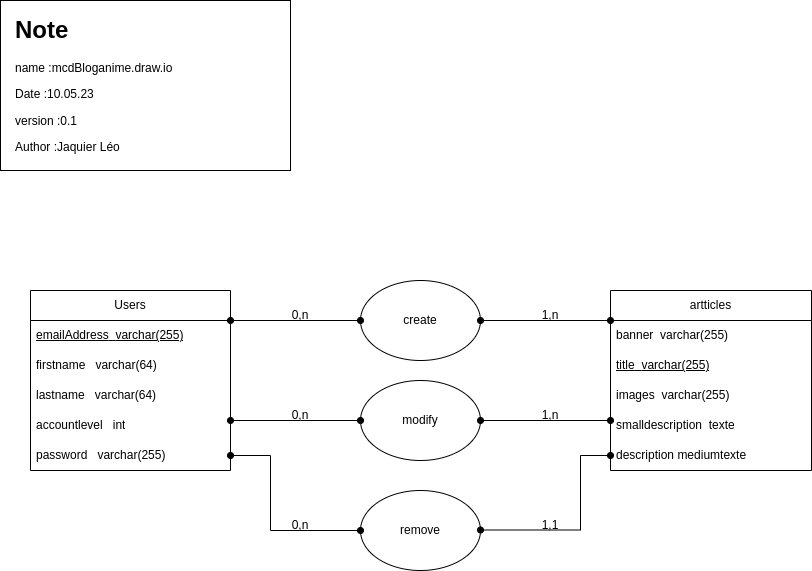
CPNV-PROJWEB-BDD/BlogAnime keeps this draw.io diagram as mcdBloganime.png. Above is the earlier version. Source tidied: cells renumbered, new cells last; positions are measured from the earlier drawing's top-left corner, leaving out a move shared by most shapes.
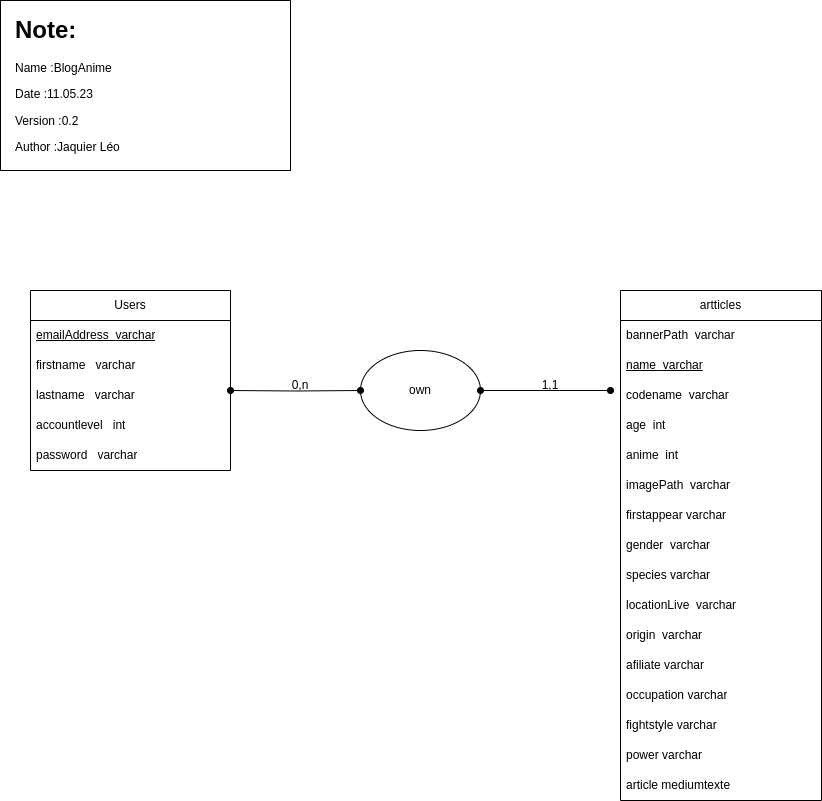
Above is the later version.

The edit, as a diff of the source:
```diff
@@ -5,150 +5,109 @@
     <mxCell id="2" value="Users" style="swimlane;fontStyle=0;horizontal=1;startSize=30;whiteSpace=wrap;html=1;rounded=0;" parent="1" vertex="1">
       <mxGeometry x="30" y="290" width="200" height="180" as="geometry" />
     </mxCell>
-    <mxCell id="3" value="&lt;u&gt;emailAddress&lt;span style=&quot;white-space: pre;&quot;&gt; &lt;/span&gt;&lt;span style=&quot;white-space: pre;&quot;&gt; &lt;/span&gt;varchar(255)&lt;/u&gt;" style="text;strokeColor=none;fillColor=none;align=left;verticalAlign=middle;spacingLeft=4;spacingRight=4;overflow=hidden;whiteSpace=wrap;html=1;rounded=0;" parent="2" vertex="1">
+    <mxCell id="3" value="&lt;u&gt;emailAddress&lt;span style=&quot;white-space: pre;&quot;&gt; &lt;/span&gt;&lt;span style=&quot;white-space: pre;&quot;&gt; &lt;/span&gt;varchar&lt;br&gt;&lt;/u&gt;" style="text;strokeColor=none;fillColor=none;align=left;verticalAlign=middle;spacingLeft=4;spacingRight=4;overflow=hidden;whiteSpace=wrap;html=1;rounded=0;" parent="2" vertex="1">
       <mxGeometry y="30" width="200" height="30" as="geometry" />
     </mxCell>
-    <mxCell id="4" value="firstname&lt;span style=&quot;white-space: pre;&quot;&gt; &lt;/span&gt;&lt;span style=&quot;white-space: pre;&quot;&gt; &lt;span style=&quot;white-space: pre;&quot;&gt; &lt;/span&gt;v&lt;/span&gt;archar(64)" style="text;strokeColor=none;fillColor=none;align=left;verticalAlign=middle;spacingLeft=4;spacingRight=4;overflow=hidden;whiteSpace=wrap;html=1;rounded=0;" parent="2" vertex="1">
+    <mxCell id="4" value="firstname&lt;span style=&quot;white-space: pre;&quot;&gt; &lt;/span&gt;&lt;span style=&quot;white-space: pre;&quot;&gt; &lt;span style=&quot;white-space: pre;&quot;&gt; &lt;/span&gt;v&lt;/span&gt;archar" style="text;strokeColor=none;fillColor=none;align=left;verticalAlign=middle;spacingLeft=4;spacingRight=4;overflow=hidden;whiteSpace=wrap;html=1;rounded=0;" parent="2" vertex="1">
       <mxGeometry y="60" width="200" height="30" as="geometry" />
     </mxCell>
-    <mxCell id="5" value="lastname&lt;span style=&quot;white-space: pre;&quot;&gt; &lt;/span&gt;&lt;span style=&quot;white-space: pre;&quot;&gt; &lt;/span&gt;&lt;span style=&quot;white-space: pre;&quot;&gt; &lt;/span&gt;varchar(64)" style="text;strokeColor=none;fillColor=none;align=left;verticalAlign=middle;spacingLeft=4;spacingRight=4;overflow=hidden;whiteSpace=wrap;html=1;rounded=0;" parent="2" vertex="1">
+    <mxCell id="5" value="lastname&lt;span style=&quot;white-space: pre;&quot;&gt; &lt;/span&gt;&lt;span style=&quot;white-space: pre;&quot;&gt; &lt;/span&gt;&lt;span style=&quot;white-space: pre;&quot;&gt; &lt;/span&gt;varchar" style="text;strokeColor=none;fillColor=none;align=left;verticalAlign=middle;spacingLeft=4;spacingRight=4;overflow=hidden;whiteSpace=wrap;html=1;rounded=0;" parent="2" vertex="1">
       <mxGeometry y="90" width="200" height="30" as="geometry" />
     </mxCell>
     <mxCell id="6" value="accountlevel&lt;span style=&quot;white-space: pre;&quot;&gt; &lt;/span&gt;&lt;span style=&quot;white-space: pre;&quot;&gt; &lt;/span&gt;&lt;span style=&quot;white-space: pre;&quot;&gt; int&lt;br/&gt;&lt;/span&gt;" style="text;strokeColor=none;fillColor=none;align=left;verticalAlign=middle;spacingLeft=4;spacingRight=4;overflow=hidden;whiteSpace=wrap;html=1;rounded=0;" parent="2" vertex="1">
       <mxGeometry y="120" width="200" height="30" as="geometry" />
     </mxCell>
-    <mxCell id="7" value="password&lt;span style=&quot;white-space: pre;&quot;&gt; &lt;/span&gt;&lt;span style=&quot;white-space: pre;&quot;&gt; &lt;/span&gt;&lt;span style=&quot;white-space: pre;&quot;&gt; &lt;/span&gt;varchar(255)" style="text;strokeColor=none;fillColor=none;align=left;verticalAlign=middle;spacingLeft=4;spacingRight=4;overflow=hidden;points=[[0,0.5],[1,0.5]];portConstraint=eastwest;whiteSpace=wrap;html=1;rounded=0;" parent="2" vertex="1">
+    <mxCell id="7" value="password&lt;span style=&quot;white-space: pre;&quot;&gt; &lt;/span&gt;&lt;span style=&quot;white-space: pre;&quot;&gt; &lt;/span&gt;&lt;span style=&quot;white-space: pre;&quot;&gt; &lt;/span&gt;varchar" style="text;strokeColor=none;fillColor=none;align=left;verticalAlign=middle;spacingLeft=4;spacingRight=4;overflow=hidden;points=[[0,0.5],[1,0.5]];portConstraint=eastwest;whiteSpace=wrap;html=1;rounded=0;" parent="2" vertex="1">
       <mxGeometry y="150" width="200" height="30" as="geometry" />
     </mxCell>
     <mxCell id="8" value="artticles" style="swimlane;fontStyle=0;horizontal=1;startSize=30;whiteSpace=wrap;html=1;rounded=0;" parent="1" vertex="1">
-      <mxGeometry x="610" y="290" width="201" height="180" as="geometry" />
+      <mxGeometry x="620" y="290" width="201" height="510" as="geometry" />
     </mxCell>
-    <mxCell id="9" value="banner&lt;span style=&quot;white-space: pre;&quot;&gt; &lt;/span&gt;&lt;span style=&quot;white-space: pre;&quot;&gt; &lt;/span&gt;varchar(255)" style="text;strokeColor=none;fillColor=none;align=left;verticalAlign=middle;spacingLeft=4;spacingRight=4;overflow=hidden;whiteSpace=wrap;html=1;rounded=0;" parent="8" vertex="1">
+    <mxCell id="9" value="bannerPath&lt;span style=&quot;white-space: pre;&quot;&gt; &lt;/span&gt;&lt;span style=&quot;white-space: pre;&quot;&gt; &lt;/span&gt;varchar" style="text;strokeColor=none;fillColor=none;align=left;verticalAlign=middle;spacingLeft=4;spacingRight=4;overflow=hidden;whiteSpace=wrap;html=1;rounded=0;" parent="8" vertex="1">
       <mxGeometry y="30" width="201" height="30" as="geometry" />
     </mxCell>
-    <mxCell id="10" value="&lt;u&gt;title&lt;span style=&quot;white-space: pre;&quot;&gt; &lt;/span&gt;&lt;span style=&quot;white-space: pre;&quot;&gt; &lt;/span&gt;varchar(255)&lt;/u&gt;" style="text;strokeColor=none;fillColor=none;align=left;verticalAlign=middle;spacingLeft=4;spacingRight=4;overflow=hidden;whiteSpace=wrap;html=1;fontStyle=0;rounded=0;" parent="8" vertex="1">
+    <mxCell id="10" value="&lt;u&gt;name&lt;span style=&quot;white-space: pre;&quot;&gt; &lt;/span&gt;&lt;span style=&quot;white-space: pre;&quot;&gt; &lt;/span&gt;varchar&lt;/u&gt;" style="text;strokeColor=none;fillColor=none;align=left;verticalAlign=middle;spacingLeft=4;spacingRight=4;overflow=hidden;whiteSpace=wrap;html=1;fontStyle=0;rounded=0;" parent="8" vertex="1">
       <mxGeometry y="60" width="201" height="30" as="geometry" />
     </mxCell>
-    <mxCell id="11" value="images&lt;span style=&quot;white-space: pre;&quot;&gt; &lt;/span&gt;&lt;span style=&quot;white-space: pre;&quot;&gt; &lt;/span&gt;varchar(255)" style="text;strokeColor=none;fillColor=none;align=left;verticalAlign=middle;spacingLeft=4;spacingRight=4;overflow=hidden;whiteSpace=wrap;html=1;rounded=0;" parent="8" vertex="1">
+    <mxCell id="11" value="codename&lt;span style=&quot;white-space: pre;&quot;&gt; &lt;/span&gt;&lt;span style=&quot;white-space: pre;&quot;&gt; &lt;/span&gt;varchar" style="text;strokeColor=none;fillColor=none;align=left;verticalAlign=middle;spacingLeft=4;spacingRight=4;overflow=hidden;whiteSpace=wrap;html=1;rounded=0;" parent="8" vertex="1">
       <mxGeometry y="90" width="201" height="30" as="geometry" />
     </mxCell>
-    <mxCell id="12" value="smalldescription&amp;nbsp;&lt;span style=&quot;white-space: pre;&quot;&gt; &lt;/span&gt;texte" style="text;strokeColor=none;fillColor=none;align=left;verticalAlign=middle;spacingLeft=4;spacingRight=4;overflow=hidden;whiteSpace=wrap;html=1;rounded=0;" parent="8" vertex="1">
-      <mxGeometry y="120" width="201" height="30" as="geometry" />
-    </mxCell>
+    <mxCell id="43" value="age&lt;span style=&quot;white-space: pre;&quot;&gt; &lt;/span&gt;&lt;span style=&quot;white-space: pre;&quot;&gt; int&lt;/span&gt;" style="text;strokeColor=none;fillColor=none;align=left;verticalAlign=middle;spacingLeft=4;spacingRight=4;overflow=hidden;whiteSpace=wrap;html=1;rounded=0;" parent="8" vertex="1">
+      <mxGeometry y="120" width="201" height="30" as="geometry" />
+    </mxCell>
+    <mxCell id="44" value="anime&lt;span style=&quot;white-space: pre;&quot;&gt; &lt;/span&gt;&lt;span style=&quot;white-space: pre;&quot;&gt; int&lt;/span&gt;" style="text;strokeColor=none;fillColor=none;align=left;verticalAlign=middle;spacingLeft=4;spacingRight=4;overflow=hidden;whiteSpace=wrap;html=1;rounded=0;" parent="8" vertex="1">
+      <mxGeometry y="150" width="201" height="30" as="geometry" />
+    </mxCell>
+    <mxCell id="45" value="imagePath&lt;span style=&quot;white-space: pre;&quot;&gt; &lt;/span&gt;&lt;span style=&quot;white-space: pre;&quot;&gt; &lt;/span&gt;varchar" style="text;strokeColor=none;fillColor=none;align=left;verticalAlign=middle;spacingLeft=4;spacingRight=4;overflow=hidden;whiteSpace=wrap;html=1;rounded=0;" parent="8" vertex="1">
+      <mxGeometry y="180" width="201" height="30" as="geometry" />
+    </mxCell>
+    <mxCell id="46" value="firstappear&lt;span style=&quot;background-color: initial;&quot;&gt;&amp;nbsp;varchar&lt;/span&gt;" style="text;strokeColor=none;fillColor=none;align=left;verticalAlign=middle;spacingLeft=4;spacingRight=4;overflow=hidden;whiteSpace=wrap;html=1;rounded=0;" parent="8" vertex="1">
+      <mxGeometry y="210" width="201" height="30" as="geometry" />
+    </mxCell>
+    <mxCell id="47" value="gender&lt;span style=&quot;white-space: pre;&quot;&gt; &lt;/span&gt;&lt;span style=&quot;white-space: pre;&quot;&gt; varchar&lt;/span&gt;" style="text;strokeColor=none;fillColor=none;align=left;verticalAlign=middle;spacingLeft=4;spacingRight=4;overflow=hidden;whiteSpace=wrap;html=1;rounded=0;" parent="8" vertex="1">
+      <mxGeometry y="240" width="201" height="30" as="geometry" />
+    </mxCell>
+    <mxCell id="48" value="species&lt;span style=&quot;&quot;&gt; &lt;/span&gt;&lt;span style=&quot;&quot;&gt; varchar&lt;/span&gt;" style="text;strokeColor=none;fillColor=none;align=left;verticalAlign=middle;spacingLeft=4;spacingRight=4;overflow=hidden;whiteSpace=wrap;html=1;rounded=0;" parent="8" vertex="1">
+      <mxGeometry y="270" width="201" height="30" as="geometry" />
+    </mxCell>
+    <mxCell id="49" value="locationLive&lt;span style=&quot;white-space: pre;&quot;&gt; &lt;/span&gt;&lt;span style=&quot;white-space: pre;&quot;&gt; varchar&lt;/span&gt;" style="text;strokeColor=none;fillColor=none;align=left;verticalAlign=middle;spacingLeft=4;spacingRight=4;overflow=hidden;whiteSpace=wrap;html=1;rounded=0;" parent="8" vertex="1">
+      <mxGeometry y="300" width="201" height="30" as="geometry" />
+    </mxCell>
+    <mxCell id="50" value="origin&lt;span style=&quot;white-space: pre;&quot;&gt; &lt;/span&gt;&lt;span style=&quot;white-space: pre;&quot;&gt; varchar&lt;/span&gt;" style="text;strokeColor=none;fillColor=none;align=left;verticalAlign=middle;spacingLeft=4;spacingRight=4;overflow=hidden;whiteSpace=wrap;html=1;rounded=0;" parent="8" vertex="1">
+      <mxGeometry y="330" width="201" height="30" as="geometry" />
+    </mxCell>
+    <mxCell id="51" value="afiliate&amp;nbsp;varchar" style="text;strokeColor=none;fillColor=none;align=left;verticalAlign=middle;spacingLeft=4;spacingRight=4;overflow=hidden;whiteSpace=wrap;html=1;rounded=0;" parent="8" vertex="1">
+      <mxGeometry y="360" width="201" height="30" as="geometry" />
+    </mxCell>
+    <mxCell id="52" value="occupation&amp;nbsp;varchar" style="text;strokeColor=none;fillColor=none;align=left;verticalAlign=middle;spacingLeft=4;spacingRight=4;overflow=hidden;whiteSpace=wrap;html=1;rounded=0;" parent="8" vertex="1">
+      <mxGeometry y="390" width="201" height="30" as="geometry" />
+    </mxCell>
+    <mxCell id="53" value="fightstyle&amp;nbsp;varchar" style="text;strokeColor=none;fillColor=none;align=left;verticalAlign=middle;spacingLeft=4;spacingRight=4;overflow=hidden;whiteSpace=wrap;html=1;rounded=0;" parent="8" vertex="1">
+      <mxGeometry y="420" width="201" height="30" as="geometry" />
+    </mxCell>
+    <mxCell id="54" value="power&amp;nbsp;varchar" style="text;strokeColor=none;fillColor=none;align=left;verticalAlign=middle;spacingLeft=4;spacingRight=4;overflow=hidden;whiteSpace=wrap;html=1;rounded=0;" parent="8" vertex="1">
+      <mxGeometry y="450" width="201" height="30" as="geometry" />
+    </mxCell>
-    <mxCell id="13" value="description&lt;span style=&quot;white-space: pre;&quot;&gt; &lt;/span&gt;mediumtexte" style="text;strokeColor=none;fillColor=none;align=left;verticalAlign=middle;spacingLeft=4;spacingRight=4;overflow=hidden;points=[[0,0.5],[1,0.5]];portConstraint=eastwest;whiteSpace=wrap;html=1;rounded=0;" parent="8" vertex="1">
-      <mxGeometry y="150" width="201" height="30" as="geometry" />
+    <mxCell id="13" value="article&lt;span style=&quot;white-space: pre;&quot;&gt; &lt;/span&gt;mediumtexte" style="text;strokeColor=none;fillColor=none;align=left;verticalAlign=middle;spacingLeft=4;spacingRight=4;overflow=hidden;points=[[0,0.5],[1,0.5]];portConstraint=eastwest;whiteSpace=wrap;html=1;rounded=0;" parent="8" vertex="1">
+      <mxGeometry y="480" width="201" height="30" as="geometry" />
     </mxCell>
     <mxCell id="14" style="group;" parent="1" vertex="1">
-      <mxGeometry x="270" y="300" width="60" height="30" as="geometry" />
+      <mxGeometry x="270" y="370" width="60" height="30" as="geometry" />
     </mxCell>
     <mxCell id="15" value="0,n" style="text;html=1;strokeColor=none;fillColor=none;align=center;verticalAlign=middle;whiteSpace=wrap;rounded=0;" parent="14" vertex="1">
       <mxGeometry width="60" height="30" as="geometry" />
     </mxCell>
     <mxCell id="16" style="group;" parent="1" vertex="1">
-      <mxGeometry x="360" y="280" width="120" height="80" as="geometry" />
+      <mxGeometry x="360" y="350" width="120" height="80" as="geometry" />
     </mxCell>
     <mxCell id="17" style="ellipse;whiteSpace=wrap;html=1;" parent="16" vertex="1">
       <mxGeometry width="120" height="80" as="geometry" />
     </mxCell>
-    <mxCell id="18" value="create" style="text;html=1;strokeColor=none;fillColor=none;align=center;verticalAlign=middle;whiteSpace=wrap;rounded=0;" parent="16" vertex="1">
+    <mxCell id="18" value="own" style="text;html=1;strokeColor=none;fillColor=none;align=center;verticalAlign=middle;whiteSpace=wrap;rounded=0;" parent="16" vertex="1">
       <mxGeometry x="30" y="25" width="60" height="30" as="geometry" />
     </mxCell>
     <mxCell id="19" style="edgeStyle=orthogonalEdgeStyle;rounded=0;jettySize=auto;html=1;exitX=1;exitY=0.5;exitDx=0;exitDy=0;endArrow=oval;endFill=1;startArrow=oval;startFill=1;entryX=0;entryY=0.5;entryDx=0;entryDy=0;" parent="1" edge="1" target="17">
       <mxGeometry relative="1" as="geometry">
-        <mxPoint x="230" y="320" as="sourcePoint" />
+        <mxPoint x="230" y="390" as="sourcePoint" />
       </mxGeometry>
     </mxCell>
     <mxCell id="20" style="group;" parent="1" vertex="1">
-      <mxGeometry x="520" y="300" width="60" height="30" as="geometry" />
+      <mxGeometry x="520" y="370" width="60" height="30" as="geometry" />
     </mxCell>
-    <mxCell id="21" value="1,n" style="text;html=1;strokeColor=none;fillColor=none;align=center;verticalAlign=middle;whiteSpace=wrap;rounded=0;" parent="20" vertex="1">
+    <mxCell id="21" value="1,1" style="text;html=1;strokeColor=none;fillColor=none;align=center;verticalAlign=middle;whiteSpace=wrap;rounded=0;" parent="20" vertex="1">
       <mxGeometry width="60" height="30" as="geometry" />
     </mxCell>
     <mxCell id="22" style="edgeStyle=orthogonalEdgeStyle;rounded=0;orthogonalLoop=1;jettySize=auto;html=1;exitX=1;exitY=0.5;exitDx=0;exitDy=0;endArrow=oval;endFill=1;startArrow=oval;startFill=1;entryX=0;entryY=0.5;entryDx=0;entryDy=0;" parent="1" edge="1">
       <mxGeometry relative="1" as="geometry">
-        <mxPoint x="480" y="320" as="sourcePoint" />
-        <mxPoint x="610" y="320" as="targetPoint" />
+        <mxPoint x="480" y="390" as="sourcePoint" />
+        <mxPoint x="610" y="390" as="targetPoint" />
       </mxGeometry>
     </mxCell>
     <mxCell id="23" style="rounded=0;whiteSpace=wrap;html=1;" parent="1" vertex="1">
       <mxGeometry width="290" height="170" as="geometry" />
     </mxCell>
-    <mxCell id="24" value="&lt;h1&gt;Note&amp;nbsp;&lt;/h1&gt;&lt;p&gt;name :mcdBloganime.draw.io&lt;/p&gt;&lt;p&gt;Date :10.05.23&lt;/p&gt;&lt;p&gt;version :0.1&lt;/p&gt;&lt;p&gt;Author :Jaquier Léo&lt;/p&gt;" style="text;html=1;strokeColor=none;fillColor=none;spacing=5;spacingTop=-20;whiteSpace=wrap;overflow=hidden;rounded=0;" parent="1" vertex="1">
+    <mxCell id="24" value="&lt;h1&gt;Note:&lt;/h1&gt;&lt;p&gt;Name :&lt;span style=&quot;background-color: initial;&quot;&gt;BlogAnime&lt;/span&gt;&lt;/p&gt;&lt;p&gt;Date :11.05.23&lt;/p&gt;&lt;p&gt;Version :0.2&lt;/p&gt;&lt;p&gt;Author :Jaquier Léo&lt;/p&gt;" style="text;html=1;strokeColor=none;fillColor=none;spacing=5;spacingTop=-20;whiteSpace=wrap;overflow=hidden;rounded=0;" parent="1" vertex="1">
       <mxGeometry x="10" y="10" width="270" height="150" as="geometry" />
     </mxCell>
-    <mxCell id="25" style="group;" parent="1" vertex="1">
-      <mxGeometry x="270" y="400" width="60" height="30" as="geometry" />
-    </mxCell>
-    <mxCell id="26" value="0,n" style="text;html=1;strokeColor=none;fillColor=none;align=center;verticalAlign=middle;whiteSpace=wrap;rounded=0;" parent="25" vertex="1">
-      <mxGeometry width="60" height="30" as="geometry" />
-    </mxCell>
-    <mxCell id="27" style="group;" parent="1" vertex="1">
-      <mxGeometry x="360" y="380" width="120" height="80" as="geometry" />
-    </mxCell>
-    <mxCell id="28" style="ellipse;whiteSpace=wrap;html=1;" parent="27" vertex="1">
-      <mxGeometry width="120" height="80" as="geometry" />
-    </mxCell>
-    <mxCell id="29" value="modify" style="text;html=1;strokeColor=none;fillColor=none;align=center;verticalAlign=middle;whiteSpace=wrap;rounded=0;" parent="27" vertex="1">
-      <mxGeometry x="30" y="25" width="60" height="30" as="geometry" />
-    </mxCell>
-    <mxCell id="30" style="edgeStyle=orthogonalEdgeStyle;rounded=0;jettySize=auto;html=1;exitX=1;exitY=0.5;exitDx=0;exitDy=0;endArrow=oval;endFill=1;startArrow=oval;startFill=1;entryX=0;entryY=0.5;entryDx=0;entryDy=0;" parent="1" edge="1" target="28">
-      <mxGeometry relative="1" as="geometry">
-        <mxPoint x="230" y="420" as="sourcePoint" />
-        <Array as="points">
-          <mxPoint x="300" y="420" />
-          <mxPoint x="300" y="420" />
-        </Array>
-      </mxGeometry>
-    </mxCell>
-    <mxCell id="31" style="group;" parent="1" vertex="1">
-      <mxGeometry x="520" y="400" width="60" height="30" as="geometry" />
-    </mxCell>
-    <mxCell id="32" value="1,n" style="text;html=1;strokeColor=none;fillColor=none;align=center;verticalAlign=middle;whiteSpace=wrap;rounded=0;" parent="31" vertex="1">
-      <mxGeometry width="60" height="30" as="geometry" />
-    </mxCell>
-    <mxCell id="33" style="edgeStyle=orthogonalEdgeStyle;rounded=0;orthogonalLoop=1;jettySize=auto;html=1;exitX=1;exitY=0.5;exitDx=0;exitDy=0;endArrow=oval;endFill=1;startArrow=oval;startFill=1;entryX=0;entryY=0.5;entryDx=0;entryDy=0;" parent="1" edge="1">
-      <mxGeometry relative="1" as="geometry">
-        <mxPoint x="480" y="420" as="sourcePoint" />
-        <mxPoint x="610" y="420" as="targetPoint" />
-      </mxGeometry>
-    </mxCell>
-    <mxCell id="34" style="group;" parent="1" vertex="1">
-      <mxGeometry x="270" y="510" width="60" height="30" as="geometry" />
-    </mxCell>
-    <mxCell id="35" value="0,n" style="text;html=1;strokeColor=none;fillColor=none;align=center;verticalAlign=middle;whiteSpace=wrap;rounded=0;" parent="34" vertex="1">
-      <mxGeometry width="60" height="30" as="geometry" />
-    </mxCell>
-    <mxCell id="36" style="group;" parent="1" vertex="1">
-      <mxGeometry x="360" y="490" width="120" height="80" as="geometry" />
-    </mxCell>
-    <mxCell id="37" style="ellipse;whiteSpace=wrap;html=1;" parent="36" vertex="1">
-      <mxGeometry width="120" height="80" as="geometry" />
-    </mxCell>
-    <mxCell id="38" value="remove" style="text;html=1;strokeColor=none;fillColor=none;align=center;verticalAlign=middle;whiteSpace=wrap;rounded=0;" parent="36" vertex="1">
-      <mxGeometry x="30" y="25" width="60" height="30" as="geometry" />
-    </mxCell>
-    <mxCell id="39" style="edgeStyle=orthogonalEdgeStyle;rounded=0;jettySize=auto;html=1;endArrow=oval;endFill=1;startArrow=oval;startFill=1;entryX=0;entryY=0.5;entryDx=0;entryDy=0;exitX=1;exitY=0.5;exitDx=0;exitDy=0;" parent="1" edge="1" source="7" target="37">
-      <mxGeometry relative="1" as="geometry">
-        <Array as="points">
-          <mxPoint x="270" y="455" />
-          <mxPoint x="270" y="530" />
-        </Array>
-      </mxGeometry>
-    </mxCell>
-    <mxCell id="40" style="group;" parent="1" vertex="1">
-      <mxGeometry x="520" y="510" width="60" height="30" as="geometry" />
-    </mxCell>
-    <mxCell id="41" style="edgeStyle=orthogonalEdgeStyle;rounded=0;jettySize=auto;html=1;exitX=1;exitY=0.5;exitDx=0;exitDy=0;endArrow=oval;endFill=1;startArrow=oval;startFill=1;entryX=0;entryY=0.5;entryDx=0;entryDy=0;" parent="40" edge="1" target="13">
-      <mxGeometry relative="1" as="geometry">
-        <mxPoint x="-40" y="19.5" as="sourcePoint" />
-        <Array as="points">
-          <mxPoint x="60" y="20" />
-          <mxPoint x="60" y="-55" />
-        </Array>
-      </mxGeometry>
-    </mxCell>
-    <mxCell id="42" value="1,1" style="text;html=1;strokeColor=none;fillColor=none;align=center;verticalAlign=middle;whiteSpace=wrap;rounded=0;" parent="40" vertex="1">
-      <mxGeometry width="60" height="30" as="geometry" />
-    </mxCell>
   </root>
 </mxGraphModel>
```
